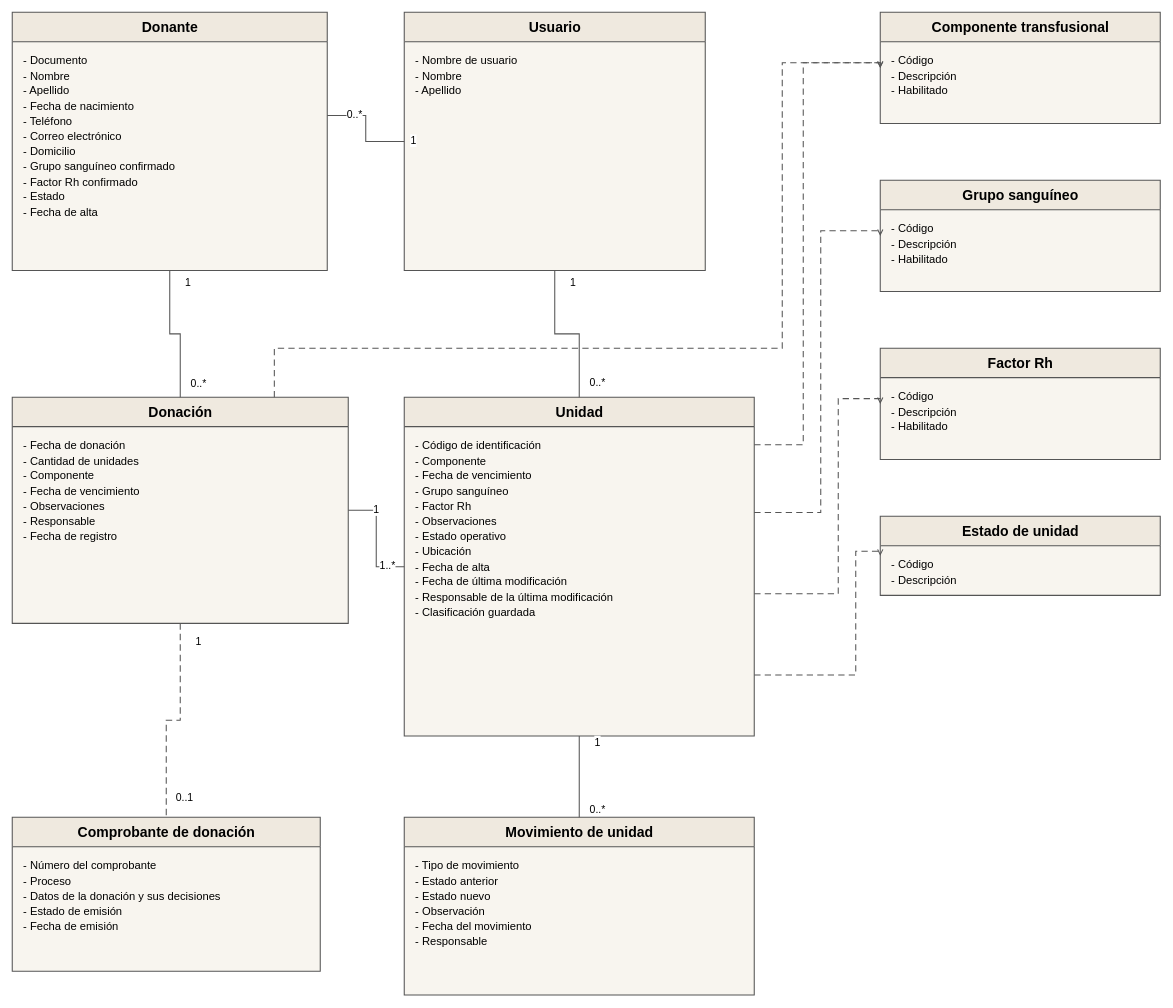
Earlier version of the draw.io diagram Diagramas/Modelos conceptuales/PN1_DiagramaModeloConceptual.drawio (juanNH/Ingenieria-de-Software). Source tidied: cells renumbered, new cells numbered last; positions are measured from the earlier drawing's top-left corner, leaving out a move shared by most shapes. Both pictures are drawn from the tidied source at 70%, with x=0, y=0 at pixel (12, 12).
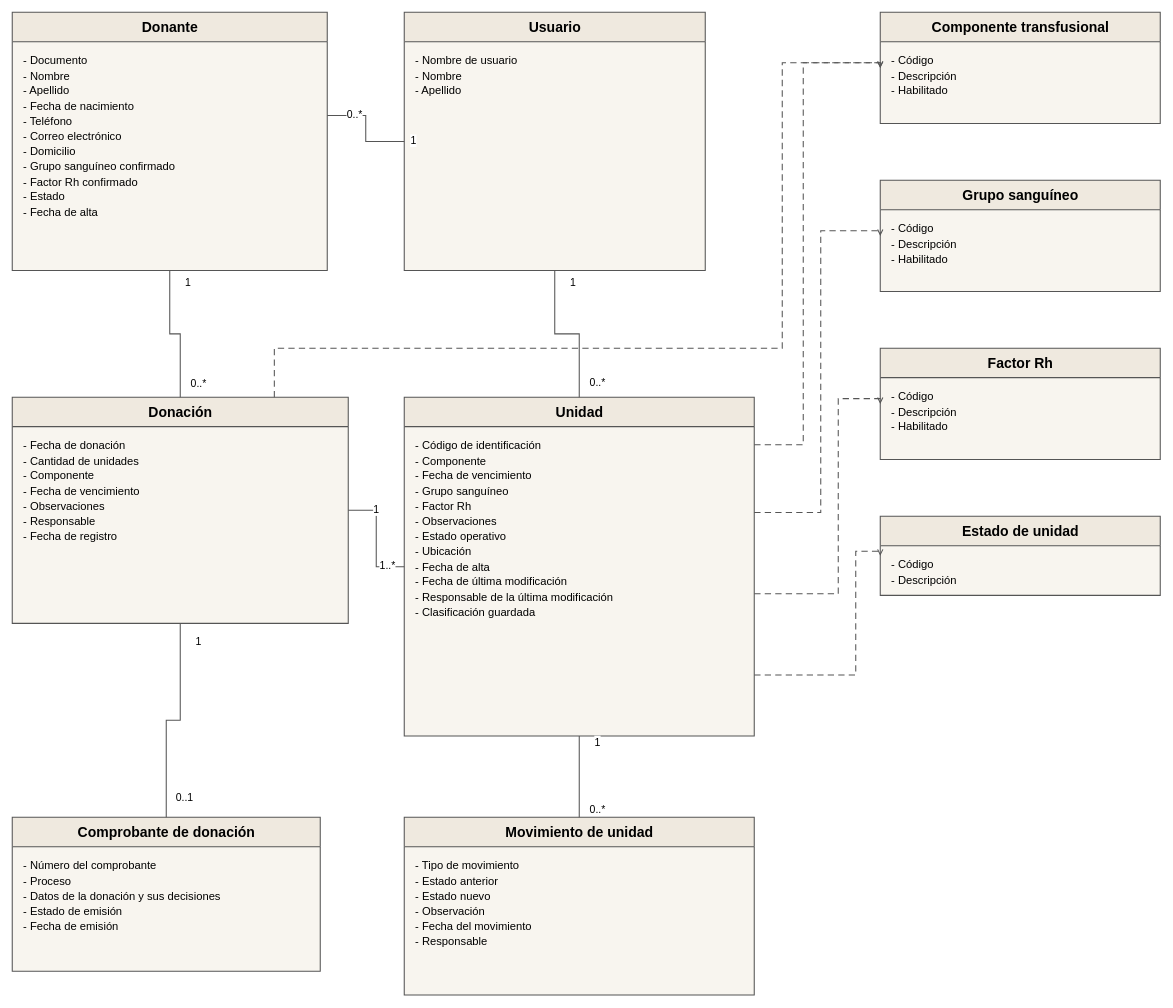
After the change.

Unchanged cells that the change refers to:
```xml
<mxCell id="6" value="Donación" style="swimlane;html=1;horizontal=1;startSize=42;rounded=0;fillColor=#EFE9DF;swimlaneFillColor=#F8F5EF;strokeColor=#555555;strokeWidth=1.5;fontFamily=Arial;fontSize=20;fontStyle=1;align=center;verticalAlign=middle;" parent="1" vertex="1">
  <mxGeometry y="550" width="480" height="323" as="geometry" />
</mxCell>
<mxCell id="12" value="Comprobante de donación" style="swimlane;html=1;horizontal=1;startSize=42;rounded=0;fillColor=#EFE9DF;swimlaneFillColor=#F8F5EF;strokeColor=#555555;strokeWidth=1.5;fontFamily=Arial;fontSize=20;fontStyle=1;align=center;verticalAlign=middle;" parent="1" vertex="1">
  <mxGeometry y="1150" width="440" height="220" as="geometry" />
</mxCell>
```

Change to the diagram source:
```diff
@@
-    <mxCell id="29" style="edgeStyle=orthogonalEdgeStyle;html=1;rounded=0;startArrow=none;endArrow=none;strokeColor=#555555;strokeWidth=1.5;exitX=0.5;exitY=1;entryX=0.5;entryY=0;exitPerimeter=1;entryPerimeter=1;dashed=1;dashPattern=6 4;" parent="1" edge="1" source="6" target="12">
+    <mxCell id="29" style="edgeStyle=orthogonalEdgeStyle;html=1;rounded=0;startArrow=none;endArrow=none;strokeColor=#555555;strokeWidth=1.5;exitX=0.5;exitY=1;entryX=0.5;entryY=0;exitPerimeter=1;entryPerimeter=1;" parent="1" edge="1" source="6" target="12">
       <mxGeometry relative="1" as="geometry" />
     </mxCell>
```
